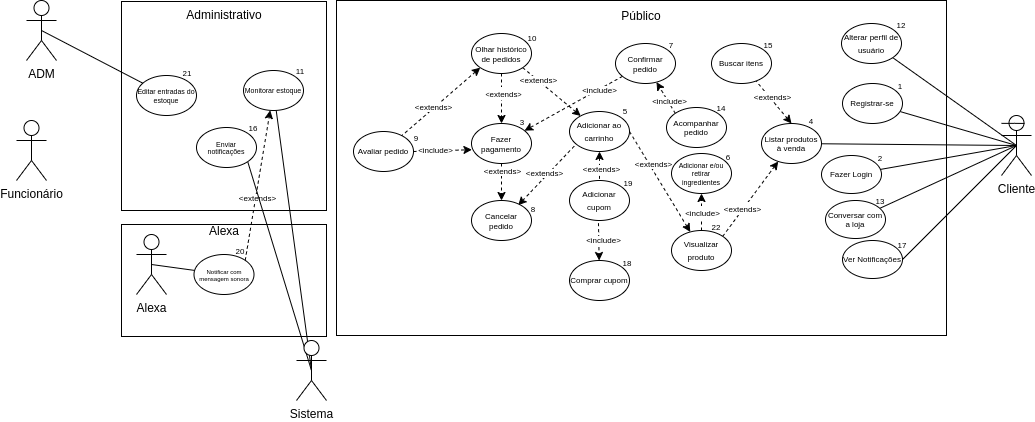
Earlier version of the draw.io export UC_d.drawio.png (FreelyTian/docs). Source tidied: cells renumbered, new cells last; positions are measured from the earlier drawing's top-left corner, leaving out a move shared by most shapes.
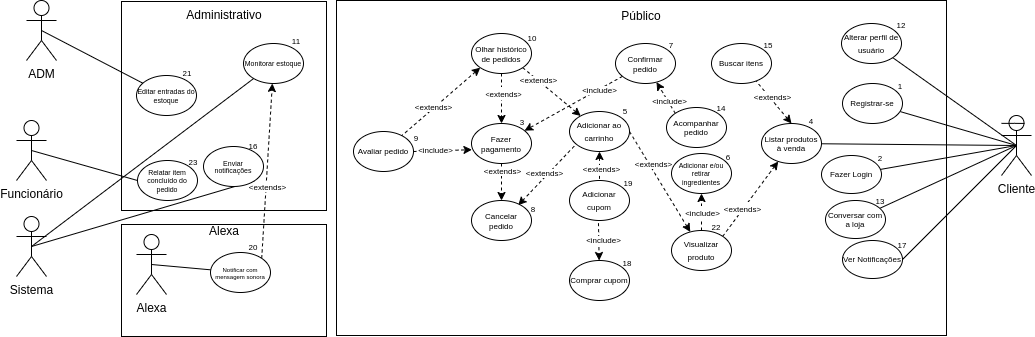
Later version of the same file.

Commit message:
versão final de vdd

The edit, as a diff of the source:
```diff
@@ -14,6 +14,9 @@
     <mxCell id="5" value="ADM" style="shape=umlActor;verticalLabelPosition=bottom;verticalAlign=top;html=1;outlineConnect=0;" parent="1" vertex="1">
       <mxGeometry x="10" width="30" height="60" as="geometry" />
     </mxCell>
+    <mxCell id="97" style="edgeStyle=none;rounded=0;jettySize=auto;html=1;exitX=0.5;exitY=0.5;exitDx=0;exitDy=0;exitPerimeter=0;entryX=0;entryY=0.5;entryDx=0;entryDy=0;fontSize=8;endArrow=none;endFill=0;" parent="1" edge="1" source="6" target="98">
+      <mxGeometry relative="1" as="geometry" />
+    </mxCell>
     <mxCell id="6" value="Funcionário" style="shape=umlActor;verticalLabelPosition=bottom;verticalAlign=top;html=1;outlineConnect=0;" parent="1" vertex="1">
       <mxGeometry y="120" width="30" height="60" as="geometry" />
     </mxCell>
@@ -203,7 +206,7 @@
       <mxGeometry x="-0.17" y="-1" relative="1" as="geometry" />
     </mxCell>
     <mxCell id="60" value="&lt;p style=&quot;line-height: 40%;&quot;&gt;&lt;font style=&quot;font-size: 6px;&quot;&gt;Notificar com mensagem sonora&lt;/font&gt;&lt;/p&gt;" style="ellipse;whiteSpace=wrap;html=1;" parent="1" vertex="1">
-      <mxGeometry x="177.5" y="254" width="60" height="40" as="geometry" />
+      <mxGeometry x="194" y="252" width="60" height="40" as="geometry" />
     </mxCell>
     <mxCell id="61" style="edgeStyle=none;rounded=0;jettySize=auto;html=1;exitX=0.5;exitY=0.5;exitDx=0;exitDy=0;exitPerimeter=0;fontSize=6;startArrow=none;startFill=0;endArrow=none;endFill=0;" parent="1" edge="1" source="63" target="64">
       <mxGeometry relative="1" as="geometry" />
@@ -212,10 +215,10 @@
       <mxGeometry relative="1" as="geometry" />
     </mxCell>
     <mxCell id="63" value="Sistema" style="shape=umlActor;verticalLabelPosition=bottom;verticalAlign=top;html=1;outlineConnect=0;" parent="1" vertex="1">
-      <mxGeometry x="280" y="340" width="30" height="60" as="geometry" />
+      <mxGeometry y="216" width="30" height="60" as="geometry" />
     </mxCell>
     <mxCell id="64" value="&lt;p style=&quot;line-height: 40%;&quot;&gt;&lt;font style=&quot;font-size: 7px;&quot;&gt;Monitorar estoque&lt;/font&gt;&lt;/p&gt;" style="ellipse;whiteSpace=wrap;html=1;" parent="1" vertex="1">
-      <mxGeometry x="227" y="70" width="60" height="40" as="geometry" />
+      <mxGeometry x="227" y="43" width="60" height="40" as="geometry" />
     </mxCell>
     <mxCell id="65" value="&lt;font style=&quot;font-size: 8px;&quot;&gt;1&lt;/font&gt;" style="text;html=1;strokeColor=none;fillColor=none;align=center;verticalAlign=middle;whiteSpace=wrap;rounded=0;" parent="1" vertex="1">
       <mxGeometry x="874" y="75" width="20" height="20" as="geometry" />
@@ -257,7 +260,7 @@
       <mxGeometry x="506" y="27" width="20" height="20" as="geometry" />
     </mxCell>
     <mxCell id="78" value="&lt;font style=&quot;font-size: 8px;&quot;&gt;11&lt;/font&gt;" style="text;html=1;strokeColor=none;fillColor=none;align=center;verticalAlign=middle;whiteSpace=wrap;rounded=0;" parent="1" vertex="1">
-      <mxGeometry x="274" y="60" width="20" height="20" as="geometry" />
+      <mxGeometry x="270" y="30" width="20" height="20" as="geometry" />
     </mxCell>
     <mxCell id="79" value="&lt;p style=&quot;line-height: 90%;&quot;&gt;&lt;span style=&quot;font-size: 8px;&quot;&gt;Alterar perfil de usuário&lt;/span&gt;&lt;/p&gt;" style="ellipse;whiteSpace=wrap;html=1;" parent="1" vertex="1">
       <mxGeometry x="825" y="23" width="60" height="40" as="geometry" />
@@ -289,10 +292,10 @@
       <mxGeometry x="695" y="97" width="20" height="20" as="geometry" />
     </mxCell>
     <mxCell id="88" value="&lt;p style=&quot;line-height: 40%;&quot;&gt;&lt;font style=&quot;font-size: 7px;&quot;&gt;Enviar notificações&lt;/font&gt;&lt;/p&gt;" style="ellipse;whiteSpace=wrap;html=1;" parent="1" vertex="1">
-      <mxGeometry x="180" y="127" width="60" height="40" as="geometry" />
+      <mxGeometry x="187" y="146" width="60" height="40" as="geometry" />
     </mxCell>
     <mxCell id="89" value="&lt;font style=&quot;font-size: 8px;&quot;&gt;16&lt;/font&gt;" style="text;html=1;strokeColor=none;fillColor=none;align=center;verticalAlign=middle;whiteSpace=wrap;rounded=0;" parent="1" vertex="1">
-      <mxGeometry x="227" y="117" width="20" height="20" as="geometry" />
+      <mxGeometry x="227" y="135" width="20" height="20" as="geometry" />
     </mxCell>
     <mxCell id="90" value="&lt;p style=&quot;line-height: 65%;&quot;&gt;&lt;span style=&quot;font-size: 8px;&quot;&gt;Ver Notificações&lt;/span&gt;&lt;/p&gt;" style="ellipse;whiteSpace=wrap;html=1;" parent="1" vertex="1">
       <mxGeometry x="826" y="240" width="60" height="38" as="geometry" />
@@ -310,10 +313,16 @@
       <mxGeometry x="602" y="172" width="20" height="20" as="geometry" />
     </mxCell>
     <mxCell id="95" value="&lt;font style=&quot;font-size: 8px;&quot;&gt;20&lt;/font&gt;" style="text;html=1;strokeColor=none;fillColor=none;align=center;verticalAlign=middle;whiteSpace=wrap;rounded=0;" parent="1" vertex="1">
-      <mxGeometry x="214" y="240" width="20" height="20" as="geometry" />
+      <mxGeometry x="227" y="236" width="20" height="20" as="geometry" />
     </mxCell>
     <mxCell id="96" value="&lt;font style=&quot;font-size: 8px;&quot;&gt;21&lt;/font&gt;" style="text;html=1;strokeColor=none;fillColor=none;align=center;verticalAlign=middle;whiteSpace=wrap;rounded=0;" parent="1" vertex="1">
       <mxGeometry x="161" y="62" width="20" height="20" as="geometry" />
     </mxCell>
+    <mxCell id="98" value="&lt;p style=&quot;line-height: 55%;&quot;&gt;&lt;font style=&quot;font-size: 7px;&quot;&gt;Relatar item concluído do pedido&lt;/font&gt;&lt;/p&gt;" style="ellipse;whiteSpace=wrap;html=1;" parent="1" vertex="1">
+      <mxGeometry x="121" y="160" width="60" height="40" as="geometry" />
+    </mxCell>
+    <mxCell id="99" value="&lt;font style=&quot;font-size: 8px;&quot;&gt;23&lt;/font&gt;" style="text;html=1;strokeColor=none;fillColor=none;align=center;verticalAlign=middle;whiteSpace=wrap;rounded=0;" parent="1" vertex="1">
+      <mxGeometry x="167" y="151" width="20" height="20" as="geometry" />
+    </mxCell>
   </root>
 </mxGraphModel>
```
